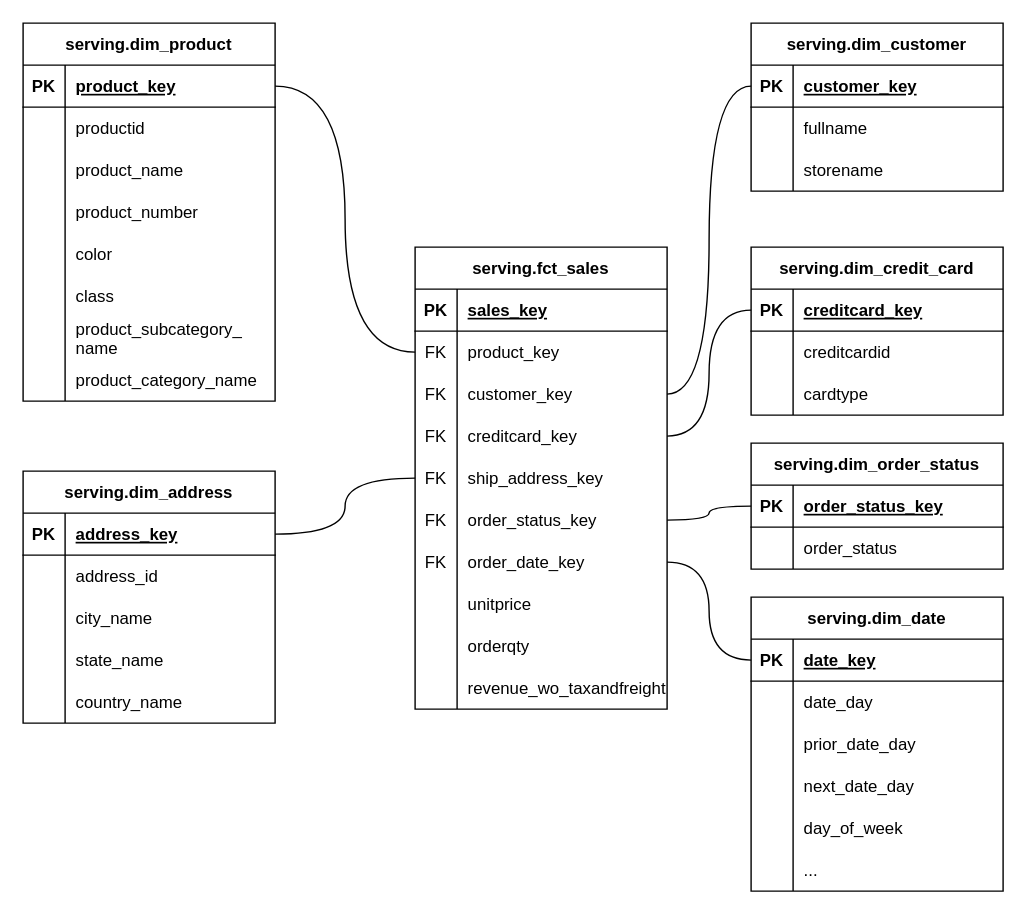
Data-Engineer-Camp/dbt-dimensional-modelling keeps this draw.io diagram as page "target-schema" (6 of 6) of docs/dbt-dimensional-modelling.drawio. Above is the earlier version. Source tidied: cells renumbered, new cells numbered last; positions are measured from the earlier drawing's top-left corner, leaving out a move shared by most shapes. Both pictures are drawn from the tidied source at 140%, with x=0, y=0 at pixel (22, 22).
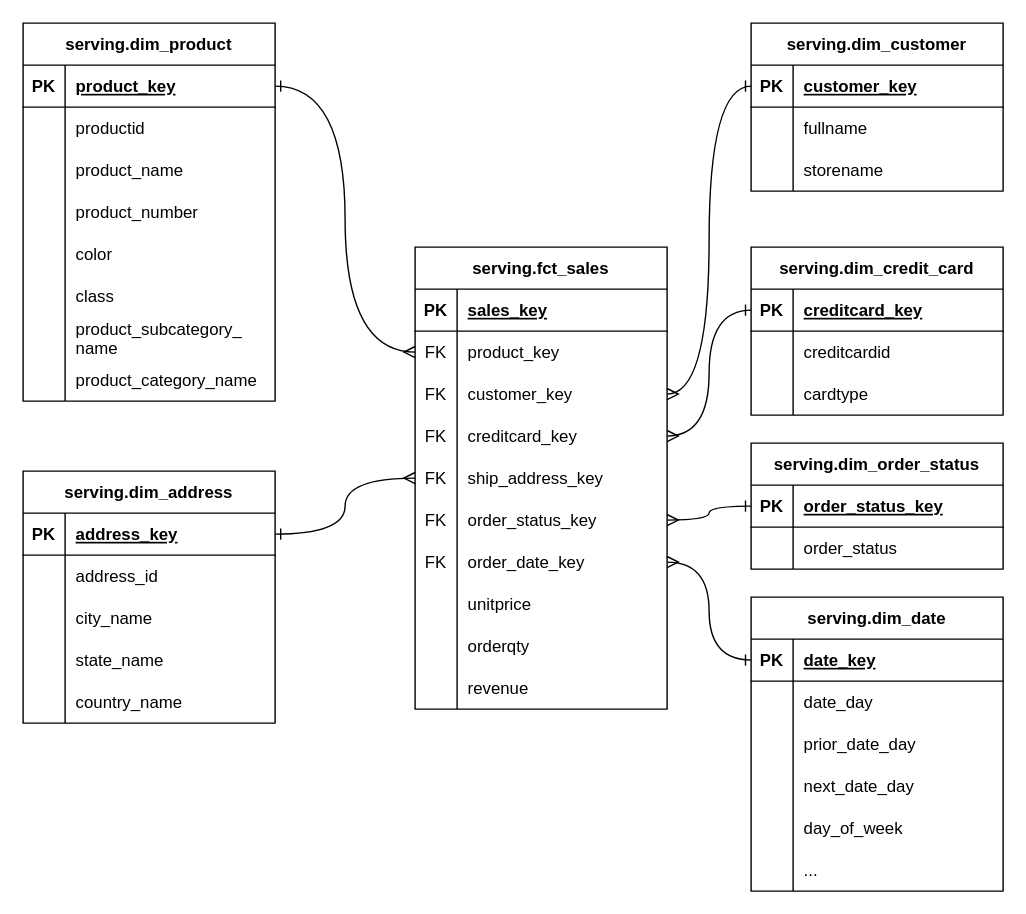
Above is the later version.

The change refers to these unchanged cells:
```xml
<mxCell id="3" style="shape=tableRow;horizontal=0;startSize=0;swimlaneHead=0;swimlaneBody=0;fillColor=none;points=[[0,0.5],[1,0.5]];portConstraint=eastwest;top=0;left=0;right=0;bottom=1;" parent="2" vertex="1">
  <mxGeometry y="30" width="180" height="30" as="geometry" />
</mxCell>
<mxCell id="22" style="shape=tableRow;horizontal=0;startSize=0;swimlaneHead=0;swimlaneBody=0;fillColor=none;points=[[0,0.5],[1,0.5]];portConstraint=eastwest;top=0;left=0;right=0;bottom=0;" parent="18" vertex="1">
  <mxGeometry y="60" width="180" height="30" as="geometry" />
</mxCell>
<mxCell id="25" style="shape=tableRow;horizontal=0;startSize=0;swimlaneHead=0;swimlaneBody=0;fillColor=none;points=[[0,0.5],[1,0.5]];portConstraint=eastwest;top=0;left=0;right=0;bottom=0;" parent="18" vertex="1">
  <mxGeometry y="90" width="180" height="30" as="geometry" />
</mxCell>
<mxCell id="28" style="shape=tableRow;horizontal=0;startSize=0;swimlaneHead=0;swimlaneBody=0;fillColor=none;points=[[0,0.5],[1,0.5]];portConstraint=eastwest;top=0;left=0;right=0;bottom=0;" parent="18" vertex="1">
  <mxGeometry y="120" width="180" height="30" as="geometry" />
</mxCell>
<mxCell id="31" style="shape=tableRow;horizontal=0;startSize=0;swimlaneHead=0;swimlaneBody=0;fillColor=none;points=[[0,0.5],[1,0.5]];portConstraint=eastwest;top=0;left=0;right=0;bottom=0;" parent="18" vertex="1">
  <mxGeometry y="150" width="180" height="30" as="geometry" />
</mxCell>
<mxCell id="34" style="shape=tableRow;horizontal=0;startSize=0;swimlaneHead=0;swimlaneBody=0;fillColor=none;points=[[0,0.5],[1,0.5]];portConstraint=eastwest;top=0;left=0;right=0;bottom=0;" parent="18" vertex="1">
  <mxGeometry y="180" width="180" height="30" as="geometry" />
</mxCell>
<mxCell id="37" style="shape=tableRow;horizontal=0;startSize=0;swimlaneHead=0;swimlaneBody=0;fillColor=none;points=[[0,0.5],[1,0.5]];portConstraint=eastwest;top=0;left=0;right=0;bottom=0;" parent="18" vertex="1">
  <mxGeometry y="210" width="180" height="30" as="geometry" />
</mxCell>
<mxCell id="46" style="shape=tableRow;horizontal=0;startSize=0;swimlaneHead=0;swimlaneBody=0;fillColor=none;top=0;left=0;right=0;bottom=0;" parent="18" vertex="1">
  <mxGeometry y="300" width="180" height="30" as="geometry" />
</mxCell>
<mxCell id="50" style="shape=tableRow;horizontal=0;startSize=0;swimlaneHead=0;swimlaneBody=0;fillColor=none;points=[[0,0.5],[1,0.5]];portConstraint=eastwest;top=0;left=0;right=0;bottom=1;" parent="49" vertex="1">
  <mxGeometry y="30" width="180" height="30" as="geometry" />
</mxCell>
<mxCell id="60" style="shape=tableRow;horizontal=0;startSize=0;swimlaneHead=0;swimlaneBody=0;fillColor=none;points=[[0,0.5],[1,0.5]];portConstraint=eastwest;top=0;left=0;right=0;bottom=1;" parent="59" vertex="1">
  <mxGeometry y="30" width="180" height="30" as="geometry" />
</mxCell>
<mxCell id="79" style="shape=tableRow;horizontal=0;startSize=0;swimlaneHead=0;swimlaneBody=0;fillColor=none;points=[[0,0.5],[1,0.5]];portConstraint=eastwest;top=0;left=0;right=0;bottom=1;" parent="78" vertex="1">
  <mxGeometry y="30" width="180" height="30" as="geometry" />
</mxCell>
<mxCell id="86" style="shape=tableRow;horizontal=0;startSize=0;swimlaneHead=0;swimlaneBody=0;fillColor=none;points=[[0,0.5],[1,0.5]];portConstraint=eastwest;top=0;left=0;right=0;bottom=1;" parent="85" vertex="1">
  <mxGeometry y="30" width="180" height="30" as="geometry" />
</mxCell>
<mxCell id="111" style="shape=tableRow;horizontal=0;startSize=0;swimlaneHead=0;swimlaneBody=0;fillColor=none;points=[[0,0.5],[1,0.5]];portConstraint=eastwest;top=0;left=0;right=0;bottom=1;" parent="110" vertex="1">
  <mxGeometry y="30" width="180" height="30" as="geometry" />
</mxCell>
```

What changed in the source:
```diff
@@
-    <mxCell id="48" value="revenue_wo_taxandfreight" style="shape=partialRectangle;fillColor=none;top=0;left=0;bottom=0;right=0;align=left;spacingLeft=6;overflow=hidden;" parent="46" vertex="1">
+    <mxCell id="48" value="revenue" style="shape=partialRectangle;fillColor=none;top=0;left=0;bottom=0;right=0;align=left;spacingLeft=6;overflow=hidden;" parent="46" vertex="1">
       <mxGeometry x="30" width="150" height="30" as="geometry" />
     </mxCell>
@@
-    <mxCell id="120" style="edgeStyle=orthogonalEdgeStyle;curved=1;rounded=0;jettySize=auto;html=1;exitX=1;exitY=0.5;exitDx=0;exitDy=0;entryX=0;entryY=0.5;entryDx=0;entryDy=0;endArrow=none;endFill=0;" parent="1" edge="1" source="86" target="22">
+    <mxCell id="120" style="edgeStyle=orthogonalEdgeStyle;curved=1;rounded=0;jettySize=auto;html=1;exitX=1;exitY=0.5;exitDx=0;exitDy=0;entryX=0;entryY=0.5;entryDx=0;entryDy=0;endArrow=ERmany;endFill=0;startArrow=ERone;startFill=0;" parent="1" edge="1" source="86" target="22">
       <mxGeometry relative="1" as="geometry" />
     </mxCell>
-    <mxCell id="121" style="edgeStyle=orthogonalEdgeStyle;curved=1;rounded=0;jettySize=auto;html=1;exitX=1;exitY=0.5;exitDx=0;exitDy=0;entryX=0;entryY=0.5;entryDx=0;entryDy=0;endArrow=none;endFill=0;" parent="1" edge="1" source="3" target="31">
+    <mxCell id="121" style="edgeStyle=orthogonalEdgeStyle;curved=1;rounded=0;jettySize=auto;html=1;exitX=1;exitY=0.5;exitDx=0;exitDy=0;entryX=0;entryY=0.5;entryDx=0;entryDy=0;endArrow=ERmany;endFill=0;startArrow=ERone;startFill=0;" parent="1" edge="1" source="3" target="31">
       <mxGeometry relative="1" as="geometry" />
     </mxCell>
-    <mxCell id="122" style="edgeStyle=orthogonalEdgeStyle;curved=1;rounded=0;jettySize=auto;html=1;exitX=1;exitY=0.5;exitDx=0;exitDy=0;entryX=0;entryY=0.5;entryDx=0;entryDy=0;endArrow=none;endFill=0;" parent="1" edge="1" source="25" target="111">
+    <mxCell id="122" style="edgeStyle=orthogonalEdgeStyle;curved=1;rounded=0;jettySize=auto;html=1;exitX=1;exitY=0.5;exitDx=0;exitDy=0;entryX=0;entryY=0.5;entryDx=0;entryDy=0;endArrow=ERone;endFill=0;startArrow=ERmany;startFill=0;" parent="1" edge="1" source="25" target="111">
       <mxGeometry relative="1" as="geometry" />
     </mxCell>
-    <mxCell id="123" style="edgeStyle=orthogonalEdgeStyle;curved=1;rounded=0;jettySize=auto;html=1;exitX=1;exitY=0.5;exitDx=0;exitDy=0;entryX=0;entryY=0.5;entryDx=0;entryDy=0;endArrow=none;endFill=0;" parent="1" edge="1" source="28" target="50">
+    <mxCell id="123" style="edgeStyle=orthogonalEdgeStyle;curved=1;rounded=0;jettySize=auto;html=1;exitX=1;exitY=0.5;exitDx=0;exitDy=0;entryX=0;entryY=0.5;entryDx=0;entryDy=0;endArrow=ERone;endFill=0;startArrow=ERmany;startFill=0;" parent="1" edge="1" source="28" target="50">
       <mxGeometry relative="1" as="geometry" />
     </mxCell>
-    <mxCell id="124" style="edgeStyle=orthogonalEdgeStyle;curved=1;rounded=0;jettySize=auto;html=1;exitX=1;exitY=0.5;exitDx=0;exitDy=0;entryX=0;entryY=0.5;entryDx=0;entryDy=0;endArrow=none;endFill=0;" parent="1" edge="1" source="34" target="79">
+    <mxCell id="124" style="edgeStyle=orthogonalEdgeStyle;curved=1;rounded=0;jettySize=auto;html=1;exitX=1;exitY=0.5;exitDx=0;exitDy=0;entryX=0;entryY=0.5;entryDx=0;entryDy=0;endArrow=ERone;endFill=0;startArrow=ERmany;startFill=0;" parent="1" edge="1" source="34" target="79">
       <mxGeometry relative="1" as="geometry" />
     </mxCell>
-    <mxCell id="125" style="edgeStyle=orthogonalEdgeStyle;curved=1;rounded=0;jettySize=auto;html=1;exitX=1;exitY=0.5;exitDx=0;exitDy=0;entryX=0;entryY=0.5;entryDx=0;entryDy=0;endArrow=none;endFill=0;" parent="1" edge="1" source="37" target="60">
+    <mxCell id="125" style="edgeStyle=orthogonalEdgeStyle;curved=1;rounded=0;jettySize=auto;html=1;exitX=1;exitY=0.5;exitDx=0;exitDy=0;entryX=0;entryY=0.5;entryDx=0;entryDy=0;endArrow=ERone;endFill=0;startArrow=ERmany;startFill=0;" parent="1" edge="1" source="37" target="60">
       <mxGeometry relative="1" as="geometry" />
     </mxCell>
```
